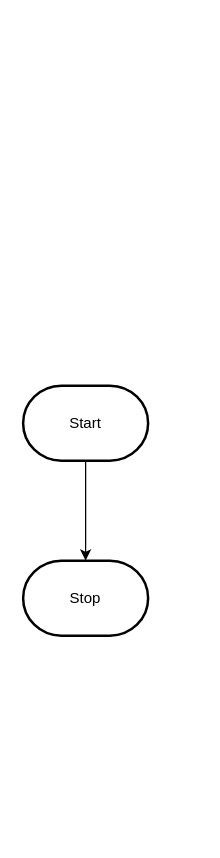
MTHS-ICS2O-2-2022/ICS2O-Unit-3-02-Jaden-Plugowsky keeps this draw.io diagram as design/flowchart.drawio. Above is the earlier version. Source tidied: cells renumbered, new cells numbered last; positions are measured from the earlier drawing's top-left corner, leaving out a move shared by most shapes. Both pictures are drawn from the tidied source at 125%, with x=0, y=0 at pixel (22, 385).
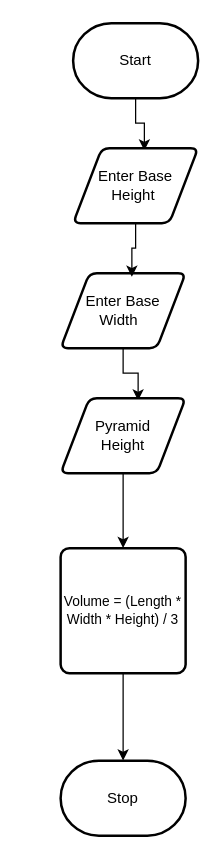
After the change.

The edit, as a diff of the source:
```diff
@@
 <mxGraphModel>
   <root>
     <mxCell id="0" />
     <mxCell id="1" parent="0" />
-    <mxCell id="2" style="edgeStyle=orthogonalEdgeStyle;html=1;rounded=0;" parent="1" edge="1" source="3" target="4">
-      <mxGeometry relative="1" as="geometry" />
-    </mxCell>
+    <mxCell id="5" style="edgeStyle=orthogonalEdgeStyle;shape=connector;rounded=0;html=1;entryX=0.57;entryY=0.033;entryDx=0;entryDy=0;entryPerimeter=0;labelBackgroundColor=default;strokeColor=default;fontFamily=Helvetica;fontSize=11;fontColor=default;endArrow=classic;elbow=vertical;jumpStyle=none;" parent="1" edge="1" source="3" target="9">
+      <mxGeometry relative="1" as="geometry" />
+    </mxCell>
     <mxCell id="3" value="Start" style="strokeWidth=2;html=1;shape=mxgraph.flowchart.terminator;whiteSpace=wrap;" parent="1" vertex="1">
-      <mxGeometry width="100" height="60" as="geometry" />
+      <mxGeometry x="40" y="-290" width="100" height="60" as="geometry" />
     </mxCell>
     <mxCell id="4" value="Stop" style="strokeWidth=2;html=1;shape=mxgraph.flowchart.terminator;whiteSpace=wrap;" parent="1" vertex="1">
-      <mxGeometry y="140" width="100" height="60" as="geometry" />
+      <mxGeometry x="30" y="300" width="100" height="60" as="geometry" />
     </mxCell>
+    <mxCell id="6" style="edgeStyle=orthogonalEdgeStyle;shape=connector;rounded=0;html=1;entryX=0.62;entryY=0.033;entryDx=0;entryDy=0;entryPerimeter=0;labelBackgroundColor=default;strokeColor=default;fontFamily=Helvetica;fontSize=11;fontColor=default;endArrow=classic;elbow=vertical;" parent="1" edge="1" source="7" target="11">
+      <mxGeometry relative="1" as="geometry" />
+    </mxCell>
+    <mxCell id="7" value="Enter Base Width&amp;nbsp;&amp;nbsp;" style="shape=parallelogram;html=1;strokeWidth=2;perimeter=parallelogramPerimeter;whiteSpace=wrap;rounded=1;arcSize=12;size=0.23;" parent="1" vertex="1">
+      <mxGeometry x="30" y="-90" width="100" height="60" as="geometry" />
+    </mxCell>
+    <mxCell id="8" style="edgeStyle=orthogonalEdgeStyle;shape=connector;rounded=0;html=1;entryX=0.57;entryY=0.05;entryDx=0;entryDy=0;entryPerimeter=0;labelBackgroundColor=default;strokeColor=default;fontFamily=Helvetica;fontSize=11;fontColor=default;endArrow=classic;elbow=vertical;" parent="1" edge="1" source="9" target="7">
+      <mxGeometry relative="1" as="geometry" />
+    </mxCell>
+    <mxCell id="9" value="Enter Base Height&amp;nbsp;" style="shape=parallelogram;html=1;strokeWidth=2;perimeter=parallelogramPerimeter;whiteSpace=wrap;rounded=1;arcSize=12;size=0.23;" parent="1" vertex="1">
+      <mxGeometry x="40" y="-190" width="100" height="60" as="geometry" />
+    </mxCell>
+    <mxCell id="10" style="edgeStyle=orthogonalEdgeStyle;shape=connector;rounded=0;html=1;entryX=0.5;entryY=0;entryDx=0;entryDy=0;labelBackgroundColor=default;strokeColor=default;fontFamily=Helvetica;fontSize=11;fontColor=default;endArrow=classic;elbow=vertical;" parent="1" edge="1" source="11" target="13">
+      <mxGeometry relative="1" as="geometry" />
+    </mxCell>
+    <mxCell id="11" value="Pyramid&lt;br&gt;Height" style="shape=parallelogram;html=1;strokeWidth=2;perimeter=parallelogramPerimeter;whiteSpace=wrap;rounded=1;arcSize=12;size=0.23;" parent="1" vertex="1">
+      <mxGeometry x="30" y="10" width="100" height="60" as="geometry" />
+    </mxCell>
+    <mxCell id="12" style="edgeStyle=orthogonalEdgeStyle;shape=connector;rounded=0;html=1;entryX=0.5;entryY=0;entryDx=0;entryDy=0;entryPerimeter=0;labelBackgroundColor=default;strokeColor=default;fontFamily=Helvetica;fontSize=11;fontColor=default;endArrow=classic;elbow=vertical;" parent="1" edge="1" source="13" target="4">
+      <mxGeometry relative="1" as="geometry" />
+    </mxCell>
+    <mxCell id="13" value="Volume = (Length * Width * Height) / 3" style="rounded=1;whiteSpace=wrap;html=1;absoluteArcSize=1;arcSize=14;strokeWidth=2;fontFamily=Helvetica;fontSize=11;fontColor=default;" parent="1" vertex="1">
+      <mxGeometry x="30" y="130" width="100" height="100" as="geometry" />
+    </mxCell>
   </root>
 </mxGraphModel>
```
